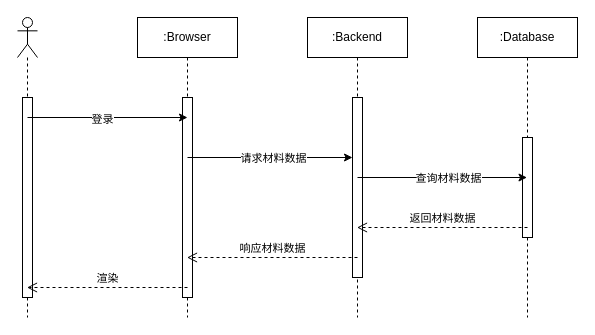
Earlier version of the draw.io diagram 材料管理时序图.drawio (saucesy/uml). Source tidied: cells renumbered, new cells numbered last; positions are measured from the earlier drawing's top-left corner, leaving out a move shared by most shapes. Both pictures are drawn from the tidied source at 100%, with x=0, y=0 at pixel (17, 17).
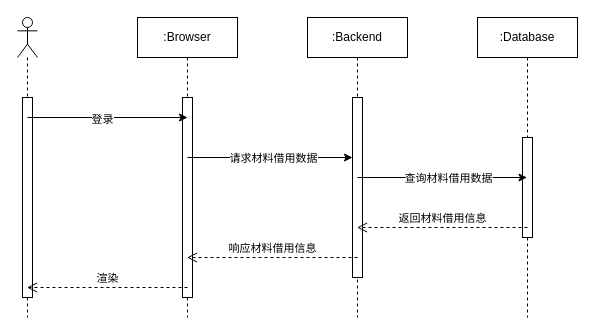
The same page after the edit.

Commit message (it also covers changes not shown here):
更新材料管理时序图.drawio

The change refers to these unchanged cells:
```xml
<mxCell id="4" value=":Browser" style="shape=umlLifeline;perimeter=lifelinePerimeter;whiteSpace=wrap;html=1;outlineConnect=0;portConstraint=eastwest;newEdgeStyle={&quot;curved&quot;:0,&quot;rounded&quot;:0};" parent="1" vertex="1">
  <mxGeometry x="120" width="100" height="300" as="geometry" />
</mxCell>
<mxCell id="6" value=":Backend" style="shape=umlLifeline;perimeter=lifelinePerimeter;whiteSpace=wrap;html=1;outlineConnect=0;portConstraint=eastwest;newEdgeStyle={&quot;curved&quot;:0,&quot;rounded&quot;:0};" parent="1" vertex="1">
  <mxGeometry x="290" width="100" height="300" as="geometry" />
</mxCell>
<mxCell id="12" style="endArrow=classic;html=1;rounded=0;" parent="1" edge="1" target="7">
  <mxGeometry relative="1" as="geometry">
    <mxPoint x="170" y="140" as="sourcePoint" />
  </mxGeometry>
</mxCell>
<mxCell id="14" style="endArrow=classic;html=1;rounded=0;" parent="1" edge="1">
  <mxGeometry relative="1" as="geometry">
    <mxPoint x="340" y="160" as="sourcePoint" />
    <mxPoint x="509.5" y="160" as="targetPoint" />
  </mxGeometry>
</mxCell>
```

The edit, as a diff of the source:
```diff
@@
-    <mxCell id="13" value="请求材料数据" style="edgeLabel;html=1;align=center;verticalAlign=middle;" parent="12" vertex="1">
+    <mxCell id="13" value="请求材料借用数据" style="edgeLabel;html=1;align=center;verticalAlign=middle;" parent="12" vertex="1">
       <mxGeometry x="0.03" relative="1" as="geometry" />
     </mxCell>
@@
-    <mxCell id="15" value="查询材料数据" style="edgeLabel;html=1;align=center;verticalAlign=middle;" parent="14" vertex="1">
+    <mxCell id="15" value="查询材料借用数据" style="edgeLabel;html=1;align=center;verticalAlign=middle;" parent="14" vertex="1">
       <mxGeometry x="0.27" y="-3" relative="1" as="geometry">
         <mxPoint x="-18" y="-3" as="offset" />
       </mxGeometry>
     </mxCell>
-    <mxCell id="16" value="返回材料数据" style="html=1;verticalAlign=bottom;endArrow=open;dashed=1;endSize=8;curved=0;rounded=0;" parent="1" edge="1" target="6">
+    <mxCell id="16" value="返回材料借用信息" style="html=1;verticalAlign=bottom;endArrow=open;dashed=1;endSize=8;curved=0;rounded=0;" parent="1" edge="1" target="6">
       <mxGeometry relative="1" as="geometry">
         <mxPoint x="510" y="210" as="sourcePoint" />
       </mxGeometry>
     </mxCell>
-    <mxCell id="17" value="响应材料数据" style="html=1;verticalAlign=bottom;endArrow=open;dashed=1;endSize=8;curved=0;rounded=0;" parent="1" edge="1" target="4">
+    <mxCell id="17" value="响应材料借用信息" style="html=1;verticalAlign=bottom;endArrow=open;dashed=1;endSize=8;curved=0;rounded=0;" parent="1" edge="1" target="4">
       <mxGeometry relative="1" as="geometry">
         <mxPoint x="340" y="240" as="sourcePoint" />
       </mxGeometry>
     </mxCell>
```
